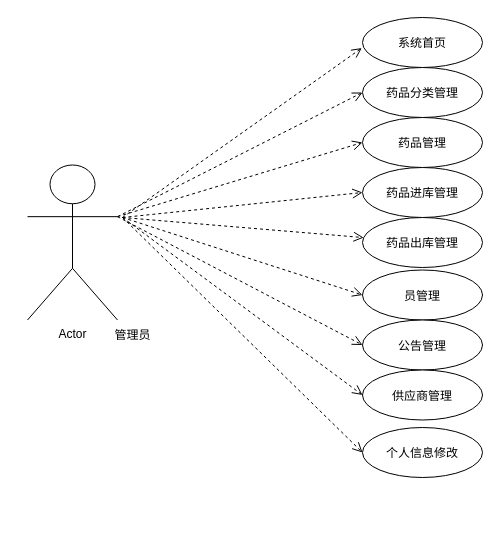
Above: 未命名绘图.drawio in newbie-jiang/AES (draw.io), before the change. Source tidied: cells renumbered, new cells numbered last; positions are measured from the earlier drawing's top-left corner, leaving out a move shared by most shapes. Both pictures are drawn from the tidied source at 100%, with x=0, y=0 at pixel (27, 17).
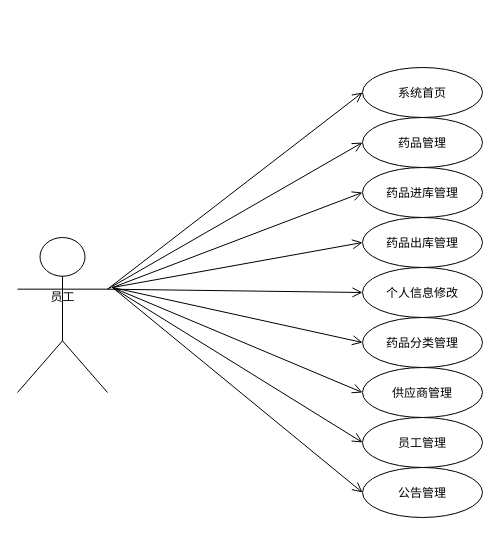
After the change.

Commit message:
更新未命名绘图.drawio

The change refers to these unchanged cells:
```xml
<mxCell id="9" value="药品管理" style="ellipse;" parent="1" vertex="1">
  <mxGeometry x="335" y="100" width="120" height="50" as="geometry" />
</mxCell>
<mxCell id="11" value="药品进库管理" style="ellipse;" parent="1" vertex="1">
  <mxGeometry x="335" y="150" width="120" height="50" as="geometry" />
</mxCell>
<mxCell id="12" value="药品出库管理" style="ellipse;" parent="1" vertex="1">
  <mxGeometry x="335" y="200" width="120" height="50" as="geometry" />
</mxCell>
```

Change to the diagram source:
```diff
@@
-    <mxCell id="2" value="Actor" style="shape=umlActor;verticalLabelPosition=bottom;verticalAlign=top;html=1;fontFamily=Helvetica;" parent="1" vertex="1">
-      <mxGeometry y="147.5" width="90" height="155" as="geometry" />
+    <mxCell id="2" style="shape=umlActor;verticalLabelPosition=bottom;verticalAlign=top;html=1;fontFamily=Helvetica;" parent="1" vertex="1">
+      <mxGeometry x="-10" y="220" width="90" height="155" as="geometry" />
     </mxCell>
     <mxCell id="3" value="系统首页" style="ellipse;" parent="1" vertex="1">
-      <mxGeometry x="335" width="120" height="50" as="geometry" />
+      <mxGeometry x="335" y="50" width="120" height="50" as="geometry" />
     </mxCell>
-    <mxCell id="4" style="endArrow=open;startArrow=none;endFill=0;startFill=0;endSize=8;html=1;verticalAlign=bottom;dashed=1;labelBackgroundColor=none;rounded=0;entryX=-0.006;entryY=0.611;entryDx=0;entryDy=0;entryPerimeter=0;" parent="1" edge="1" target="3">
-      <mxGeometry y="30" relative="1" as="geometry">
-        <mxPoint x="95" y="200" as="sourcePoint" />
-      </mxGeometry>
-    </mxCell>
-    <mxCell id="5" value="管理员" style="text;html=1;align=center;verticalAlign=middle;strokeColor=none;fillColor=none;" parent="1" vertex="1">
-      <mxGeometry x="75" y="302.5" width="60" height="30" as="geometry" />
+    <mxCell id="5" value="员工" style="text;html=1;align=center;verticalAlign=middle;strokeColor=none;fillColor=none;" parent="1" vertex="1">
+      <mxGeometry x="10" y="265" width="50" height="30" as="geometry" />
     </mxCell>
-    <mxCell id="6" style="endArrow=open;startArrow=none;endFill=0;startFill=0;endSize=8;html=1;verticalAlign=bottom;dashed=1;labelBackgroundColor=none;rounded=0;entryX=0;entryY=0.5;entryDx=0;entryDy=0;exitX=1;exitY=0.3333333333333333;exitDx=0;exitDy=0;exitPerimeter=0;" parent="1" edge="1" source="2" target="10">
-      <mxGeometry y="30" relative="1" as="geometry" />
-    </mxCell>
-    <mxCell id="7" style="endArrow=open;startArrow=none;endFill=0;startFill=0;endSize=8;html=1;verticalAlign=bottom;dashed=1;labelBackgroundColor=none;rounded=0;entryX=0;entryY=0.5;entryDx=0;entryDy=0;exitX=1;exitY=0.3333333333333333;exitDx=0;exitDy=0;exitPerimeter=0;" parent="1" edge="1" source="2" target="9">
-      <mxGeometry y="30" relative="1" as="geometry" />
-    </mxCell>
-    <mxCell id="8" style="endArrow=open;startArrow=none;endFill=0;startFill=0;endSize=8;html=1;verticalAlign=bottom;dashed=1;labelBackgroundColor=none;rounded=0;entryX=0;entryY=0.5;entryDx=0;entryDy=0;exitX=1;exitY=0.3333333333333333;exitDx=0;exitDy=0;exitPerimeter=0;" parent="1" edge="1" source="2" target="14">
-      <mxGeometry y="30" relative="1" as="geometry" />
-    </mxCell>
@@
-    <mxCell id="10" value="药品分类管理" style="ellipse;" parent="1" vertex="1">
-      <mxGeometry x="335" y="50" width="120" height="50" as="geometry" />
-    </mxCell>
@@
-    <mxCell id="13" value="员管理" style="ellipse;" parent="1" vertex="1">
-      <mxGeometry x="335" y="252.5" width="120" height="50" as="geometry" />
-    </mxCell>
+    <mxCell id="16" value="个人信息修改" style="ellipse;" parent="1" vertex="1">
+      <mxGeometry x="335" y="250" width="120" height="50" as="geometry" />
+    </mxCell>
+    <mxCell id="22" style="endArrow=open;startArrow=none;endFill=0;startFill=0;endSize=8;html=1;verticalAlign=bottom;labelBackgroundColor=none;strokeWidth=1;rounded=0;exitX=1;exitY=0.3333333333333333;exitDx=0;exitDy=0;exitPerimeter=0;entryX=0;entryY=0.5;entryDx=0;entryDy=0;" parent="1" edge="1" source="2" target="3">
+      <mxGeometry relative="1" as="geometry" />
+    </mxCell>
+    <mxCell id="7" style="endArrow=open;startArrow=none;endFill=0;startFill=0;endSize=8;html=1;verticalAlign=bottom;labelBackgroundColor=none;strokeWidth=1;rounded=0;exitX=1;exitY=0.3333333333333333;exitDx=0;exitDy=0;exitPerimeter=0;entryX=0;entryY=0.5;entryDx=0;entryDy=0;" parent="1" edge="1" source="2" target="9">
+      <mxGeometry relative="1" as="geometry" />
+    </mxCell>
+    <mxCell id="23" style="endArrow=open;startArrow=none;endFill=0;startFill=0;endSize=8;html=1;verticalAlign=bottom;labelBackgroundColor=none;strokeWidth=1;rounded=0;entryX=0;entryY=0.5;entryDx=0;entryDy=0;" parent="1" edge="1" target="11">
+      <mxGeometry relative="1" as="geometry">
+        <mxPoint x="85" y="270" as="sourcePoint" />
+      </mxGeometry>
+    </mxCell>
+    <mxCell id="24" style="endArrow=open;startArrow=none;endFill=0;startFill=0;endSize=8;html=1;verticalAlign=bottom;labelBackgroundColor=none;strokeWidth=1;rounded=0;entryX=0;entryY=0.5;entryDx=0;entryDy=0;" parent="1" edge="1" target="12">
+      <mxGeometry relative="1" as="geometry">
+        <mxPoint x="85" y="270" as="sourcePoint" />
+      </mxGeometry>
+    </mxCell>
+    <mxCell id="25" style="endArrow=open;startArrow=none;endFill=0;startFill=0;endSize=8;html=1;verticalAlign=bottom;labelBackgroundColor=none;strokeWidth=1;rounded=0;entryX=0;entryY=0.5;entryDx=0;entryDy=0;exitX=1;exitY=0.3333333333333333;exitDx=0;exitDy=0;exitPerimeter=0;" parent="1" edge="1" source="2" target="16">
+      <mxGeometry relative="1" as="geometry" />
+    </mxCell>
+    <mxCell id="10" value="药品分类管理" style="ellipse;" parent="1" vertex="1">
+      <mxGeometry x="335" y="300" width="120" height="50" as="geometry" />
+    </mxCell>
+    <mxCell id="26" value="员工管理" style="ellipse;" parent="1" vertex="1">
+      <mxGeometry x="335" y="400" width="120" height="50" as="geometry" />
+    </mxCell>
     <mxCell id="14" value="公告管理" style="ellipse;" parent="1" vertex="1">
-      <mxGeometry x="335" y="302.5" width="120" height="50" as="geometry" />
+      <mxGeometry x="335" y="450" width="120" height="50" as="geometry" />
     </mxCell>
     <mxCell id="15" value="供应商管理" style="ellipse;" parent="1" vertex="1">
-      <mxGeometry x="335" y="352.5" width="120" height="50" as="geometry" />
+      <mxGeometry x="335" y="350" width="120" height="50" as="geometry" />
     </mxCell>
-    <mxCell id="16" value="个人信息修改" style="ellipse;" parent="1" vertex="1">
-      <mxGeometry x="335" y="410" width="120" height="50" as="geometry" />
-    </mxCell>
-    <mxCell id="17" style="endArrow=open;startArrow=none;endFill=0;startFill=0;endSize=8;html=1;verticalAlign=bottom;dashed=1;labelBackgroundColor=none;rounded=0;entryX=0;entryY=0.5;entryDx=0;entryDy=0;" parent="1" edge="1" target="11">
-      <mxGeometry y="30" relative="1" as="geometry">
-        <mxPoint x="95" y="200" as="sourcePoint" />
-      </mxGeometry>
-    </mxCell>
-    <mxCell id="18" style="endArrow=open;startArrow=none;endFill=0;startFill=0;endSize=8;html=1;verticalAlign=bottom;dashed=1;labelBackgroundColor=none;rounded=0;" parent="1" edge="1" target="12">
-      <mxGeometry y="30" relative="1" as="geometry">
-        <mxPoint x="95" y="200" as="sourcePoint" />
-      </mxGeometry>
-    </mxCell>
-    <mxCell id="19" style="endArrow=open;startArrow=none;endFill=0;startFill=0;endSize=8;html=1;verticalAlign=bottom;dashed=1;labelBackgroundColor=none;rounded=0;entryX=0;entryY=0.5;entryDx=0;entryDy=0;" parent="1" edge="1" target="13">
-      <mxGeometry y="30" relative="1" as="geometry">
-        <mxPoint x="95" y="200" as="sourcePoint" />
-      </mxGeometry>
-    </mxCell>
-    <mxCell id="20" style="endArrow=open;startArrow=none;endFill=0;startFill=0;endSize=8;html=1;verticalAlign=bottom;dashed=1;labelBackgroundColor=none;rounded=0;entryX=0;entryY=0.5;entryDx=0;entryDy=0;" parent="1" edge="1" target="15">
-      <mxGeometry y="30" relative="1" as="geometry">
-        <mxPoint x="95" y="200" as="sourcePoint" />
-      </mxGeometry>
-    </mxCell>
-    <mxCell id="21" style="endArrow=open;startArrow=none;endFill=0;startFill=0;endSize=8;html=1;verticalAlign=bottom;dashed=1;labelBackgroundColor=none;rounded=0;entryX=0;entryY=0.5;entryDx=0;entryDy=0;" parent="1" edge="1" target="16">
-      <mxGeometry y="30" relative="1" as="geometry">
-        <mxPoint x="95" y="200" as="sourcePoint" />
-      </mxGeometry>
-    </mxCell>
+    <mxCell id="27" style="endArrow=open;startArrow=none;endFill=0;startFill=0;endSize=8;html=1;verticalAlign=bottom;labelBackgroundColor=none;strokeWidth=1;rounded=0;entryX=0;entryY=0.5;entryDx=0;entryDy=0;" parent="1" edge="1" target="10">
+      <mxGeometry relative="1" as="geometry">
+        <mxPoint x="85" y="270" as="sourcePoint" />
+      </mxGeometry>
+    </mxCell>
+    <mxCell id="28" style="endArrow=open;startArrow=none;endFill=0;startFill=0;endSize=8;html=1;verticalAlign=bottom;labelBackgroundColor=none;strokeWidth=1;rounded=0;entryX=0;entryY=0.5;entryDx=0;entryDy=0;" parent="1" edge="1" target="15">
+      <mxGeometry relative="1" as="geometry">
+        <mxPoint x="85" y="270" as="sourcePoint" />
+      </mxGeometry>
+    </mxCell>
+    <mxCell id="29" style="endArrow=open;startArrow=none;endFill=0;startFill=0;endSize=8;html=1;verticalAlign=bottom;labelBackgroundColor=none;strokeWidth=1;rounded=0;entryX=0;entryY=0.5;entryDx=0;entryDy=0;" parent="1" edge="1" target="26">
+      <mxGeometry relative="1" as="geometry">
+        <mxPoint x="85" y="270" as="sourcePoint" />
+      </mxGeometry>
+    </mxCell>
+    <mxCell id="30" style="endArrow=open;startArrow=none;endFill=0;startFill=0;endSize=8;html=1;verticalAlign=bottom;labelBackgroundColor=none;strokeWidth=1;rounded=0;entryX=0;entryY=0.5;entryDx=0;entryDy=0;" parent="1" edge="1" target="14">
+      <mxGeometry relative="1" as="geometry">
+        <mxPoint x="85" y="270" as="sourcePoint" />
+      </mxGeometry>
+    </mxCell>
```
